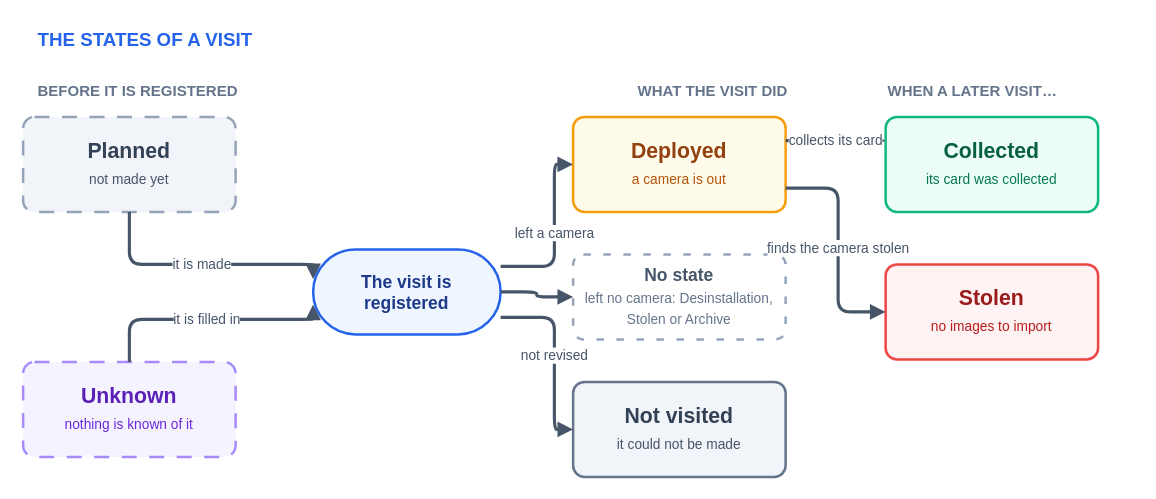
Above: docs/img/visit-states.drawio in wildintelproject/wildintel-uploader (draw.io), before the change. Source tidied: cells renumbered, new cells numbered last; positions are measured from the earlier drawing's top-left corner, leaving out a move shared by most shapes. Both pictures are drawn from the tidied source at 125%, with x=0, y=0 at pixel (22, 21).
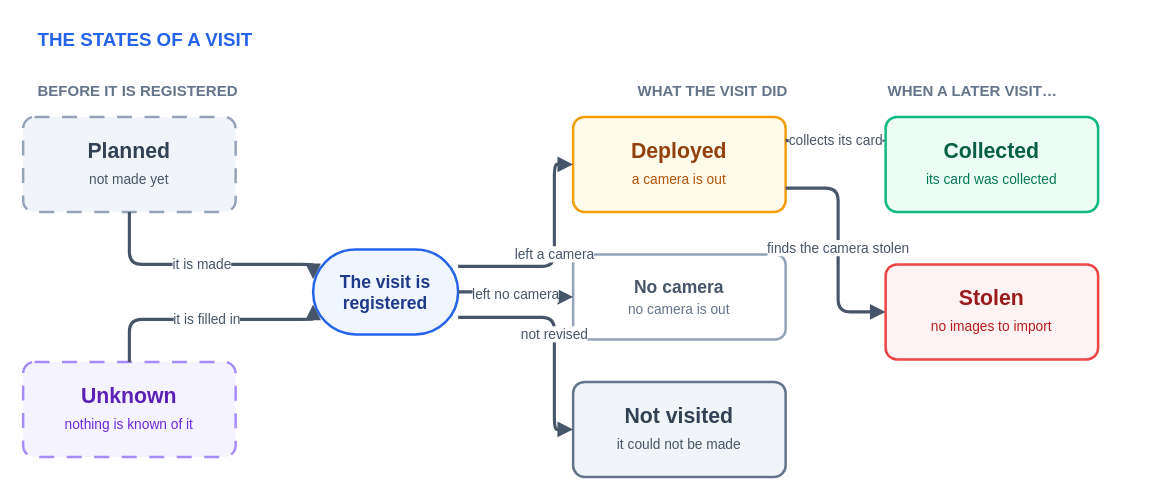
After the change.

Change to the diagram source:
```diff
@@
     <mxCell id="8" value="&lt;b&gt;The visit is&lt;br&gt;registered&lt;/b&gt;" style="rounded=1;arcSize=50;whiteSpace=wrap;html=1;fillColor=#eff6ff;strokeColor=#2563eb;strokeWidth=2;fontColor=#1e3a8a;fontSize=14;" parent="1" vertex="1">
-      <mxGeometry x="232" y="182" width="150" height="68" as="geometry" />
+      <mxGeometry x="232" y="182" width="116" height="68" as="geometry" />
     </mxCell>
@@
-    <mxCell id="10" value="&lt;b&gt;No state&lt;/b&gt;&lt;br&gt;&lt;font style=&quot;font-size:11px&quot; color=&quot;#64748b&quot;&gt;left no camera: Desinstallation, Stolen or Archive&lt;/font&gt;" style="rounded=1;arcSize=12;whiteSpace=wrap;html=1;fillColor=#ffffff;strokeColor=#94a3b8;strokeWidth=2;fontColor=#475569;fontSize=14;dashed=1;dashPattern=3 5;" parent="1" vertex="1">
+    <mxCell id="10" value="&lt;b&gt;No camera&lt;/b&gt;&lt;br&gt;&lt;font style=&quot;font-size:11px&quot; color=&quot;#64748b&quot;&gt;no camera is out&lt;/font&gt;" style="rounded=1;arcSize=12;whiteSpace=wrap;html=1;fillColor=#ffffff;strokeColor=#94a3b8;strokeWidth=2;fontColor=#475569;fontSize=14;" parent="1" vertex="1">
       <mxGeometry x="440" y="186" width="170" height="68" as="geometry" />
     </mxCell>
@@
-    <mxCell id="17" style="edgeStyle=orthogonalEdgeStyle;rounded=1;html=1;endArrow=block;endFill=1;strokeColor=#475569;strokeWidth=2.5;fontSize=11;fontColor=#475569;labelBackgroundColor=#ffffff;exitX=1;exitY=0.5;exitDx=0;exitDy=0;entryX=0;entryY=0.5;entryDx=0;entryDy=0;" parent="1" edge="1" source="8" target="10">
+    <mxCell id="17" value="left no camera" style="edgeStyle=orthogonalEdgeStyle;rounded=1;html=1;endArrow=block;endFill=1;strokeColor=#475569;strokeWidth=2.5;fontSize=11;fontColor=#475569;labelBackgroundColor=#ffffff;exitX=1;exitY=0.5;exitDx=0;exitDy=0;entryX=0;entryY=0.5;entryDx=0;entryDy=0;" parent="1" edge="1" source="8" target="10">
       <mxGeometry relative="1" as="geometry" />
     </mxCell>
```
